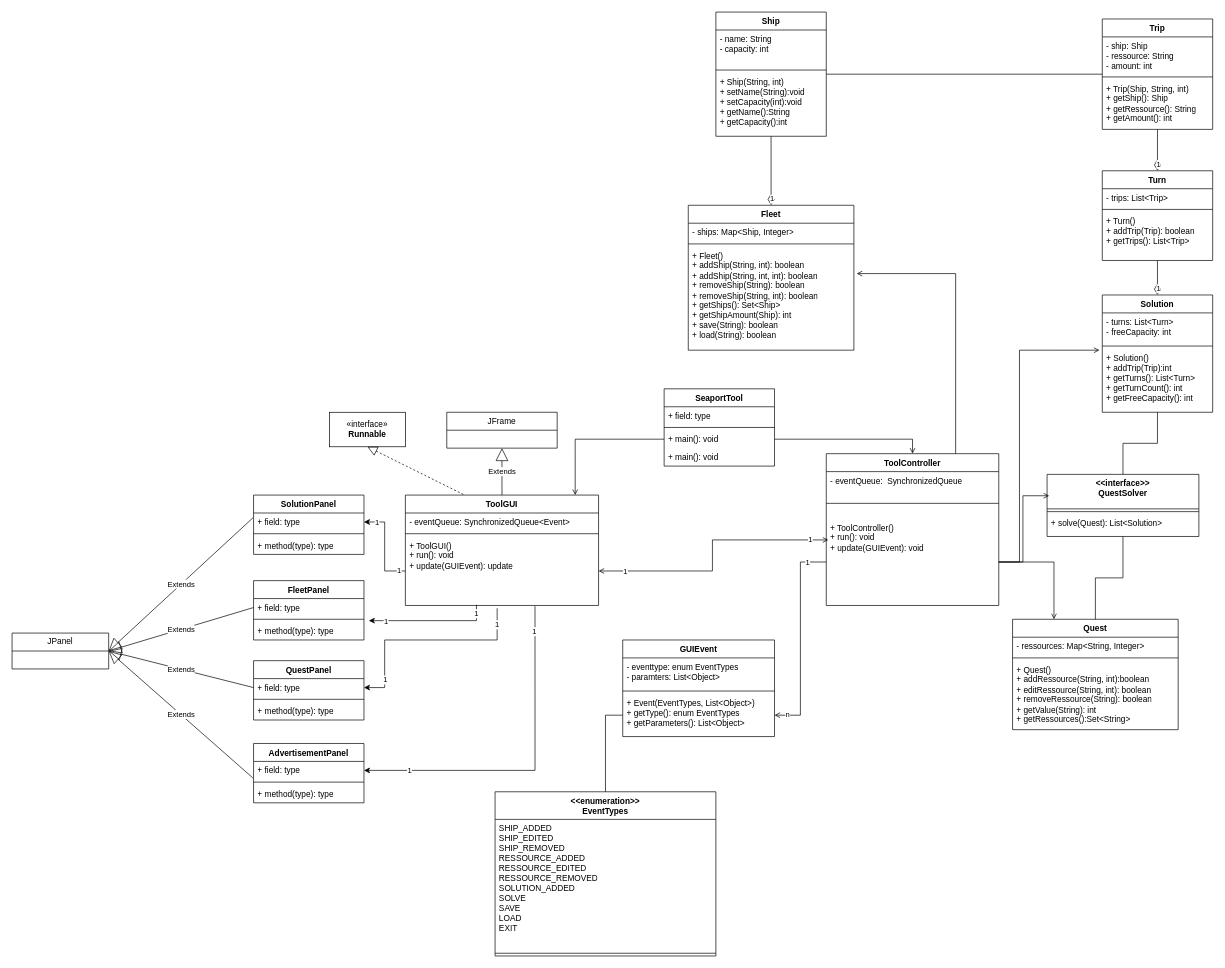
Above: doc/Klassendiagramm.drawio in sloorx/SeaportTool (draw.io), before the change. Source tidied: cells renumbered, new cells numbered last; positions are measured from the earlier drawing's top-left corner, leaving out a move shared by most shapes. Both pictures are drawn from the tidied source at 69%, with x=0, y=0 at pixel (12, 12).
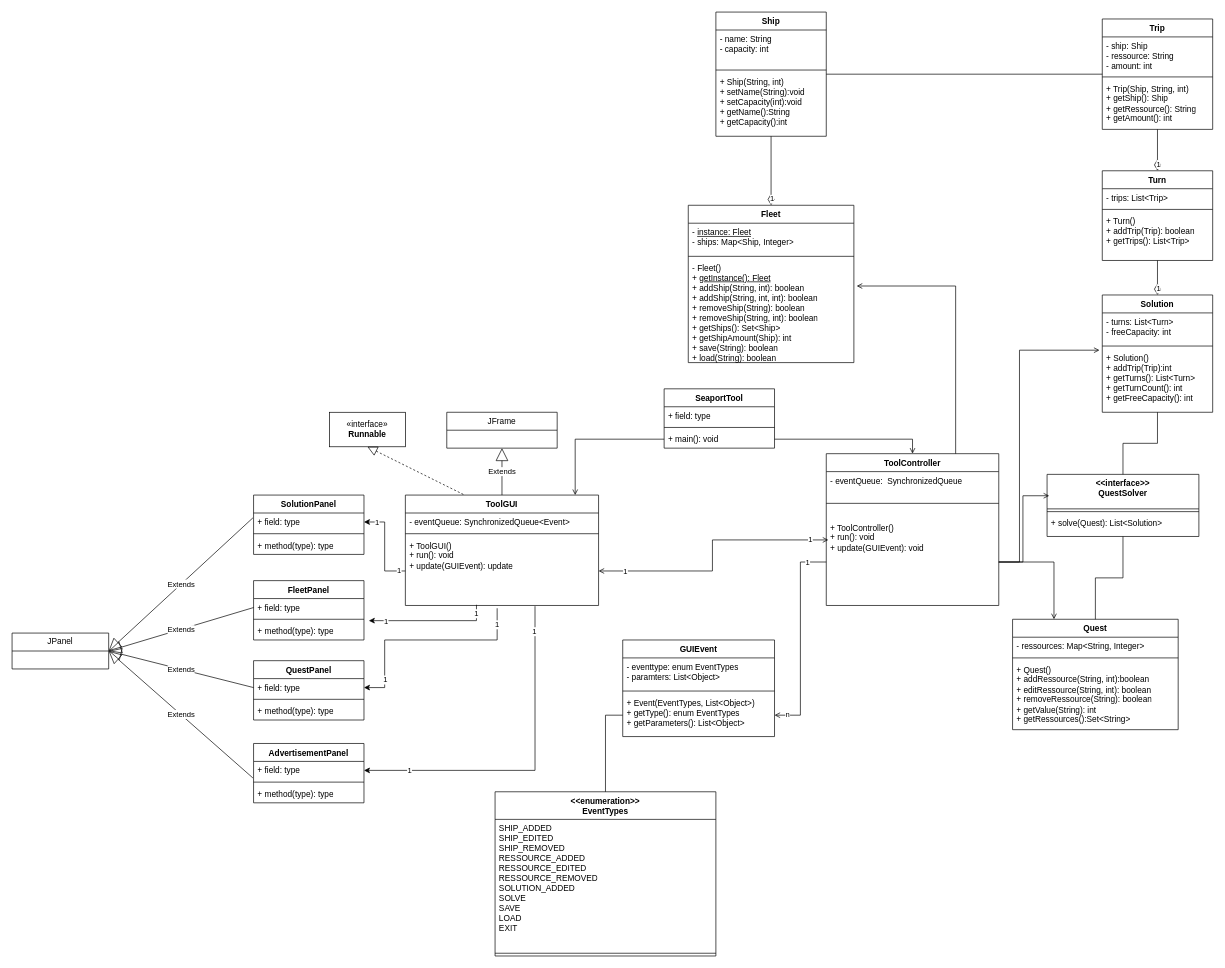
After the change.

Commit message (it also covers changes not shown here):
turned Fleet into Singleton

Diff of the diagram source:
```diff
@@
     <mxCell id="2" value="SeaportTool" style="swimlane;fontStyle=1;align=center;verticalAlign=top;horizontal=1;startSize=26;whiteSpace=wrap;html=1;" parent="1" vertex="1">
-      <mxGeometry x="945" y="546" width="160" height="112" as="geometry" />
+      <mxGeometry x="945" y="546" width="160" height="86" as="geometry" />
     </mxCell>
@@
-    <mxCell id="6" value="+ main(): void" style="text;strokeColor=none;fillColor=none;align=left;verticalAlign=top;spacingLeft=4;spacingRight=4;overflow=hidden;whiteSpace=wrap;html=1;" parent="2" vertex="1">
-      <mxGeometry y="86" width="160" height="26" as="geometry" />
-    </mxCell>
@@
     <mxCell id="22" value="Fleet" style="swimlane;fontStyle=1;align=center;verticalAlign=top;horizontal=1;startSize=26;whiteSpace=wrap;html=1;" parent="1" vertex="1">
-      <mxGeometry x="980" y="280" width="240" height="210" as="geometry" />
+      <mxGeometry x="980" y="280" width="240" height="228" as="geometry" />
     </mxCell>
-    <mxCell id="23" value="- ships: Map&amp;lt;Ship, Integer&amp;gt;" style="text;strokeColor=none;fillColor=none;align=left;verticalAlign=top;spacingLeft=4;spacingRight=4;overflow=hidden;whiteSpace=wrap;html=1;" parent="22" vertex="1">
-      <mxGeometry y="26" width="240" height="26" as="geometry" />
+    <mxCell id="23" value="- &lt;u&gt;instance: Fleet&lt;/u&gt;&lt;br&gt;- ships: Map&amp;lt;Ship, Integer&amp;gt;&lt;br&gt;" style="text;strokeColor=none;fillColor=none;align=left;verticalAlign=top;spacingLeft=4;spacingRight=4;overflow=hidden;whiteSpace=wrap;html=1;" parent="22" vertex="1">
+      <mxGeometry y="26" width="240" height="44" as="geometry" />
     </mxCell>
     <mxCell id="24" style="line;strokeWidth=1;fillColor=none;align=left;verticalAlign=middle;spacingTop=-1;spacingLeft=3;spacingRight=3;labelPosition=right;strokeColor=inherit;" parent="22" vertex="1">
-      <mxGeometry y="52" width="240" height="8" as="geometry" />
+      <mxGeometry y="70" width="240" height="8" as="geometry" />
     </mxCell>
-    <mxCell id="25" value="&lt;div&gt;+ Fleet()&lt;/div&gt;&lt;div&gt;+ addShip(String, int): boolean&lt;br&gt;&lt;/div&gt;&lt;div&gt;+ addShip(String, int, int): boolean&lt;/div&gt;&lt;div&gt;+ removeShip(String): boolean&lt;br&gt;&lt;/div&gt;&lt;div&gt;+ removeShip(String, int): boolean&lt;/div&gt;&lt;div&gt;+ getShips(): Set&amp;lt;Ship&amp;gt;&lt;/div&gt;&lt;div&gt;+ getShipAmount(Ship): int&lt;br&gt;&lt;/div&gt;&lt;div&gt;+ save(String): boolean&lt;/div&gt;&lt;div&gt;+ load(String): boolean&lt;br&gt;&lt;/div&gt;" style="text;strokeColor=none;fillColor=none;align=left;verticalAlign=top;spacingLeft=4;spacingRight=4;overflow=hidden;points=[[0,0.5],[1,0.5]];portConstraint=eastwest;whiteSpace=wrap;html=1;" parent="22" vertex="1">
-      <mxGeometry y="60" width="240" height="150" as="geometry" />
+    <mxCell id="25" value="&lt;div&gt;- Fleet()&lt;/div&gt;&lt;div&gt;+ &lt;u&gt;getInstance(): Fleet&lt;/u&gt;&lt;/div&gt;&lt;div&gt;+ addShip(String, int): boolean&lt;br&gt;&lt;/div&gt;&lt;div&gt;+ addShip(String, int, int): boolean&lt;/div&gt;&lt;div&gt;+ removeShip(String): boolean&lt;br&gt;&lt;/div&gt;&lt;div&gt;+ removeShip(String, int): boolean&lt;/div&gt;&lt;div&gt;+ getShips(): Set&amp;lt;Ship&amp;gt;&lt;/div&gt;&lt;div&gt;+ getShipAmount(Ship): int&lt;br&gt;&lt;/div&gt;&lt;div&gt;+ save(String): boolean&lt;/div&gt;&lt;div&gt;+ load(String): boolean&lt;br&gt;&lt;/div&gt;" style="text;strokeColor=none;fillColor=none;align=left;verticalAlign=top;spacingLeft=4;spacingRight=4;overflow=hidden;points=[[0,0.5],[1,0.5]];portConstraint=eastwest;whiteSpace=wrap;html=1;" parent="22" vertex="1">
+      <mxGeometry y="78" width="240" height="150" as="geometry" />
     </mxCell>
```
